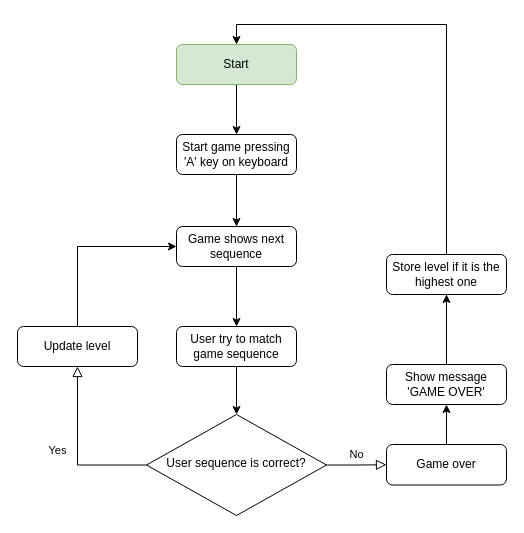
Above: the-complete-2022-web-development-bootcamp/section-15-boss-level-challenge-the-simon-game/simon-game.drawio in liegele/estudos (draw.io), before the change. Source tidied: cells renumbered, new cells numbered last; positions are measured from the earlier drawing's top-left corner, leaving out a move shared by most shapes. Both pictures are drawn from the tidied source at 100%, with x=0, y=0 at pixel (17, 44).
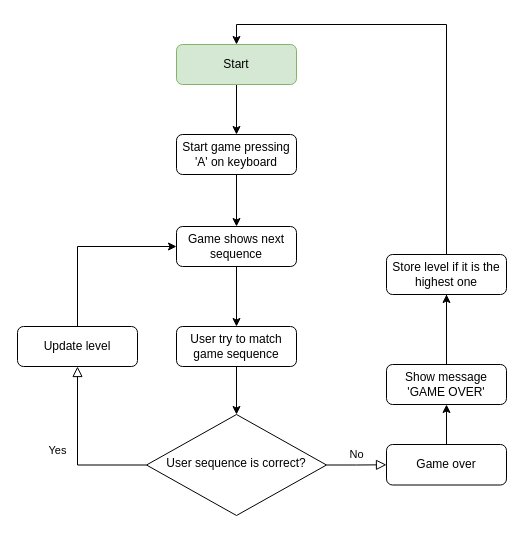
Above is the later version.

What changed in the source:
```diff
@@
-    <mxCell id="3" value="Start game pressing 'A' key on keyboard" style="rounded=1;whiteSpace=wrap;html=1;fontSize=12;glass=0;strokeWidth=1;shadow=0;" parent="1" vertex="1">
+    <mxCell id="3" value="Start game pressing 'A' on keyboard" style="rounded=1;whiteSpace=wrap;html=1;fontSize=12;glass=0;strokeWidth=1;shadow=0;" parent="1" vertex="1">
       <mxGeometry x="159" y="90" width="120" height="40" as="geometry" />
     </mxCell>
```
